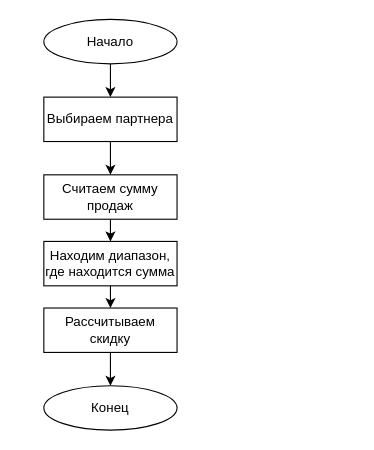
reflect509/Partner_Management keeps this draw.io diagram as diagrams/Discount_Calculation.drawio. Above is the earlier version. Source tidied: cells renumbered, new cells numbered last; positions are measured from the earlier drawing's top-left corner, leaving out a move shared by most shapes. Both pictures are drawn from the tidied source at 111%, with x=0, y=0 at pixel (43, 19).
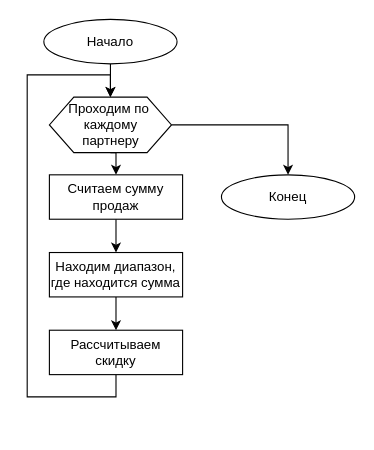
The same diagram, later.

Diff of the diagram source:
```diff
@@
 <mxGraphModel>
   <root>
     <mxCell id="0" />
     <mxCell id="1" parent="0" />
-    <mxCell id="2" style="edgeStyle=orthogonalEdgeStyle;rounded=0;jettySize=auto;html=1;exitX=0.5;exitY=1;exitDx=0;exitDy=0;entryX=0.5;entryY=0;entryDx=0;entryDy=0;" parent="1" edge="1" source="3" target="6">
-      <mxGeometry relative="1" as="geometry" />
+    <mxCell id="2" style="edgeStyle=orthogonalEdgeStyle;rounded=0;jettySize=auto;html=1;exitX=0.5;exitY=1;exitDx=0;exitDy=0;entryX=0.5;entryY=0;entryDx=0;entryDy=0;" parent="1" edge="1" source="3">
+      <mxGeometry relative="1" as="geometry">
+        <mxPoint x="60" y="70" as="targetPoint" />
+      </mxGeometry>
     </mxCell>
     <mxCell id="3" value="Начало" style="ellipse;whiteSpace=wrap;html=1;" parent="1" vertex="1">
       <mxGeometry width="120" height="40" as="geometry" />
     </mxCell>
     <mxCell id="4" value="Конец" style="ellipse;whiteSpace=wrap;html=1;" parent="1" vertex="1">
-      <mxGeometry y="330" width="120" height="40" as="geometry" />
+      <mxGeometry x="160" y="140" width="120" height="40" as="geometry" />
     </mxCell>
-    <mxCell id="5" style="edgeStyle=orthogonalEdgeStyle;rounded=0;jettySize=auto;html=1;exitX=0.5;exitY=1;exitDx=0;exitDy=0;entryX=0.5;entryY=0;entryDx=0;entryDy=0;" parent="1" edge="1" source="6" target="8">
+    <mxCell id="5" style="edgeStyle=orthogonalEdgeStyle;rounded=0;jettySize=auto;html=1;entryX=0.5;entryY=0;entryDx=0;entryDy=0;exitX=0.5;exitY=1;exitDx=0;exitDy=0;" parent="1" edge="1" source="15" target="8">
       <mxGeometry relative="1" as="geometry" />
     </mxCell>
-    <mxCell id="6" value="Выбираем партнера" style="rounded=0;whiteSpace=wrap;html=1;" parent="1" vertex="1">
-      <mxGeometry y="70" width="120" height="40" as="geometry" />
-    </mxCell>
     <mxCell id="7" style="edgeStyle=orthogonalEdgeStyle;rounded=0;jettySize=auto;html=1;exitX=0.5;exitY=1;exitDx=0;exitDy=0;entryX=0.5;entryY=0;entryDx=0;entryDy=0;" parent="1" edge="1" source="8" target="10">
       <mxGeometry relative="1" as="geometry" />
     </mxCell>
     <mxCell id="8" value="Считаем сумму продаж" style="rounded=0;whiteSpace=wrap;html=1;" parent="1" vertex="1">
-      <mxGeometry y="140" width="120" height="40" as="geometry" />
+      <mxGeometry x="5" y="140" width="120" height="40" as="geometry" />
     </mxCell>
     <mxCell id="9" style="edgeStyle=orthogonalEdgeStyle;rounded=0;jettySize=auto;html=1;exitX=0.5;exitY=1;exitDx=0;exitDy=0;entryX=0.5;entryY=0;entryDx=0;entryDy=0;" parent="1" edge="1" source="10" target="12">
       <mxGeometry relative="1" as="geometry" />
     </mxCell>
     <mxCell id="10" value="Находим диапазон,&lt;div&gt;где находится сумма&lt;/div&gt;" style="rounded=0;whiteSpace=wrap;html=1;" parent="1" vertex="1">
-      <mxGeometry y="200" width="120" height="40" as="geometry" />
+      <mxGeometry x="5" y="210" width="120" height="40" as="geometry" />
     </mxCell>
-    <mxCell id="11" style="edgeStyle=orthogonalEdgeStyle;rounded=0;jettySize=auto;html=1;exitX=0.5;exitY=1;exitDx=0;exitDy=0;entryX=0.5;entryY=0;entryDx=0;entryDy=0;" parent="1" edge="1" source="12" target="4">
-      <mxGeometry relative="1" as="geometry" />
-    </mxCell>
+    <mxCell id="13" style="edgeStyle=orthogonalEdgeStyle;rounded=0;jettySize=auto;html=1;exitX=0.5;exitY=1;exitDx=0;exitDy=0;entryX=0.5;entryY=0;entryDx=0;entryDy=0;" parent="1" edge="1" source="12" target="15">
+      <mxGeometry relative="1" as="geometry">
+        <Array as="points">
+          <mxPoint x="65" y="340" />
+          <mxPoint x="-15" y="340" />
+          <mxPoint x="-15" y="50" />
+          <mxPoint x="60" y="50" />
+        </Array>
+      </mxGeometry>
+    </mxCell>
     <mxCell id="12" value="Рассчитываем скидку" style="rounded=0;whiteSpace=wrap;html=1;" parent="1" vertex="1">
-      <mxGeometry y="260" width="120" height="40" as="geometry" />
+      <mxGeometry x="5" y="280" width="120" height="40" as="geometry" />
     </mxCell>
+    <mxCell id="14" style="edgeStyle=orthogonalEdgeStyle;rounded=0;jettySize=auto;html=1;exitX=1;exitY=0.5;exitDx=0;exitDy=0;entryX=0.5;entryY=0;entryDx=0;entryDy=0;" parent="1" edge="1" source="15" target="4">
+      <mxGeometry relative="1" as="geometry" />
+    </mxCell>
+    <mxCell id="15" value="Проходим по&amp;nbsp;&lt;div&gt;каждому&lt;br&gt;партнеру&lt;/div&gt;" style="verticalLabelPosition=middle;verticalAlign=middle;html=1;shape=hexagon;perimeter=hexagonPerimeter2;arcSize=6;size=0.2;labelPosition=center;align=center;" parent="1" vertex="1">
+      <mxGeometry x="5" y="70" width="110" height="50" as="geometry" />
+    </mxCell>
   </root>
 </mxGraphModel>
```
